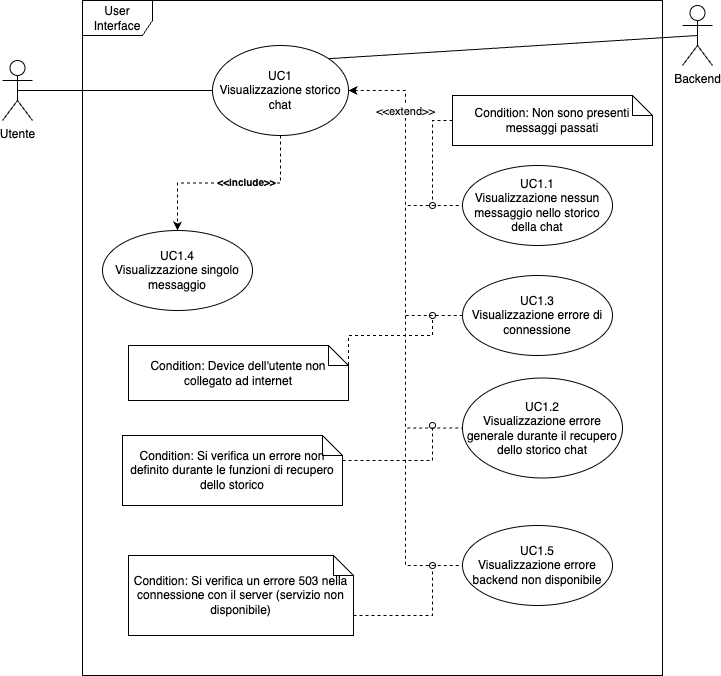
Earlier version of the draw.io export images/analisi-dei-requisiti/UCStoricoChat.png (SweeTenTeam/Docs). Source tidied: cells renumbered, new cells last; positions are measured from the earlier drawing's top-left corner, leaving out a move shared by most shapes.
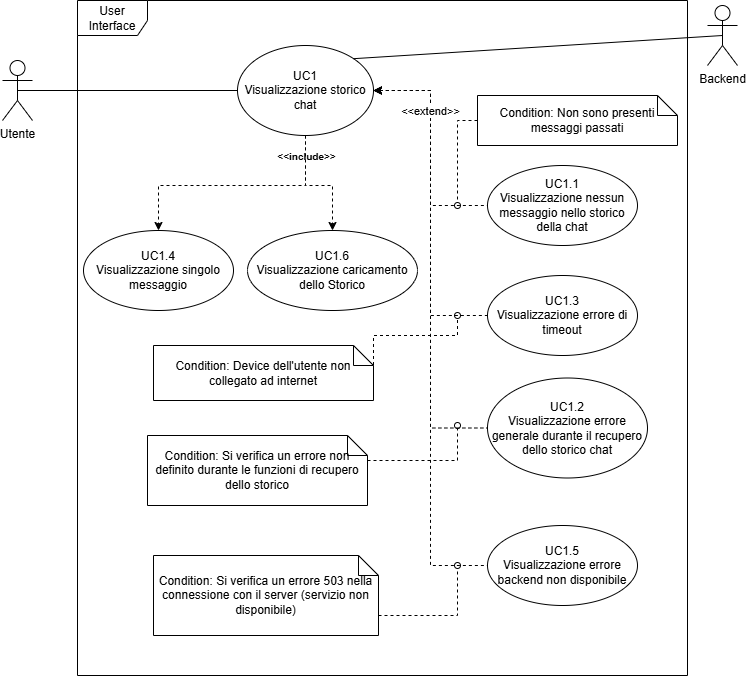
After the commit.

Change to the diagram source:
```diff
@@ -3,16 +3,23 @@
     <mxCell id="0" />
     <mxCell id="1" parent="0" />
     <mxCell id="2" value="User Interface" style="shape=umlFrame;whiteSpace=wrap;html=1;width=70;height=35;" parent="1" vertex="1">
-      <mxGeometry x="80" width="580" height="675" as="geometry" />
+      <mxGeometry x="50" width="610" height="675" as="geometry" />
     </mxCell>
     <mxCell id="3" value="Utente" style="shape=umlActor;verticalLabelPosition=bottom;verticalAlign=top;html=1;" parent="1" vertex="1">
-      <mxGeometry y="60" width="30" height="60" as="geometry" />
+      <mxGeometry x="-25" y="60" width="30" height="60" as="geometry" />
     </mxCell>
     <mxCell id="4" style="edgeStyle=orthogonalEdgeStyle;rounded=0;jettySize=auto;html=1;entryX=0.5;entryY=0;entryDx=0;entryDy=0;dashed=1;" parent="1" edge="1" source="11" target="16">
-      <mxGeometry relative="1" as="geometry" />
+      <mxGeometry relative="1" as="geometry">
+        <Array as="points">
+          <mxPoint x="278" y="185" />
+          <mxPoint x="131" y="185" />
+        </Array>
+      </mxGeometry>
     </mxCell>
     <mxCell id="5" value="&lt;font style=&quot;font-size: 10px;&quot;&gt;&lt;b&gt;&amp;lt;&amp;lt;include&amp;gt;&amp;gt;&lt;/b&gt;&lt;/font&gt;" style="edgeLabel;html=1;align=center;verticalAlign=middle;" parent="4" vertex="1">
-      <mxGeometry x="-0.18" y="-1" relative="1" as="geometry" />
+      <mxGeometry x="-0.18" y="-1" relative="1" as="geometry">
+        <mxPoint x="50" y="-29" as="offset" />
+      </mxGeometry>
     </mxCell>
     <mxCell id="6" style="edgeStyle=orthogonalEdgeStyle;rounded=0;jettySize=auto;html=1;entryX=0;entryY=0.5;entryDx=0;entryDy=0;endArrow=none;startFill=1;startArrow=classic;dashed=1;" parent="1" edge="1" source="11" target="12">
       <mxGeometry relative="1" as="geometry" />
@@ -29,6 +36,14 @@
     <mxCell id="10" value="&amp;lt;&amp;lt;extend&amp;gt;&amp;gt;" style="edgeLabel;html=1;align=center;verticalAlign=middle;" parent="9" vertex="1">
       <mxGeometry x="-0.74" y="-1" relative="1" as="geometry" />
     </mxCell>
+    <mxCell id="28" style="edgeStyle=orthogonalEdgeStyle;rounded=0;jettySize=auto;html=1;dashed=1;" parent="1" edge="1" source="11" target="29">
+      <mxGeometry relative="1" as="geometry">
+        <Array as="points">
+          <mxPoint x="278" y="185" />
+          <mxPoint x="305" y="185" />
+        </Array>
+      </mxGeometry>
+    </mxCell>
     <mxCell id="11" value="UC1&lt;br&gt;Visualizzazione storico chat" style="ellipse;whiteSpace=wrap;html=1;" parent="1" vertex="1">
       <mxGeometry x="210" y="45" width="136" height="90" as="geometry" />
     </mxCell>
@@ -41,11 +56,11 @@
     <mxCell id="14" value="&lt;span style=&quot;text-wrap-mode: nowrap;&quot;&gt;UC1.2&lt;/span&gt;&lt;div&gt;Visualizzazione errore generale durante il recupero dello storico chat&lt;/div&gt;" style="ellipse;whiteSpace=wrap;html=1;" parent="1" vertex="1">
       <mxGeometry x="460" y="377.5" width="160" height="100" as="geometry" />
     </mxCell>
-    <mxCell id="15" value="&lt;span style=&quot;text-wrap-mode: nowrap;&quot;&gt;UC1.3&lt;/span&gt;&lt;div&gt;Visualizzazione errore di connessione&lt;/div&gt;" style="ellipse;whiteSpace=wrap;html=1;" parent="1" vertex="1">
+    <mxCell id="15" value="&lt;span style=&quot;text-wrap-mode: nowrap;&quot;&gt;UC1.3&lt;/span&gt;&lt;div&gt;Visualizzazione errore di timeout&lt;/div&gt;" style="ellipse;whiteSpace=wrap;html=1;" parent="1" vertex="1">
       <mxGeometry x="460" y="275" width="150" height="80" as="geometry" />
     </mxCell>
     <mxCell id="16" value="&lt;span style=&quot;text-wrap-mode: nowrap;&quot;&gt;UC1.4&lt;/span&gt;&lt;div&gt;Visualizzazione singolo messaggio&lt;/div&gt;" style="ellipse;whiteSpace=wrap;html=1;" parent="1" vertex="1">
-      <mxGeometry x="100" y="230" width="150" height="80" as="geometry" />
+      <mxGeometry x="56" y="230" width="150" height="80" as="geometry" />
     </mxCell>
     <mxCell id="17" value="Backend" style="shape=umlActor;verticalLabelPosition=bottom;verticalAlign=top;html=1;" parent="1" vertex="1">
       <mxGeometry x="680" y="5" width="30" height="60" as="geometry" />
@@ -98,5 +113,8 @@
     <mxCell id="27" value="Condition: Si verifica un errore 503 nella connessione con il server (servizio non disponibile)" style="shape=note;size=20;whiteSpace=wrap;html=1;" parent="1" vertex="1">
       <mxGeometry x="126" y="555" width="225" height="80" as="geometry" />
     </mxCell>
+    <mxCell id="29" value="UC1.6&lt;div&gt;Visualizzazione caricamento dello Storico&lt;/div&gt;" style="ellipse;whiteSpace=wrap;html=1;" parent="1" vertex="1">
+      <mxGeometry x="220" y="230" width="170" height="80" as="geometry" />
+    </mxCell>
   </root>
 </mxGraphModel>
```
